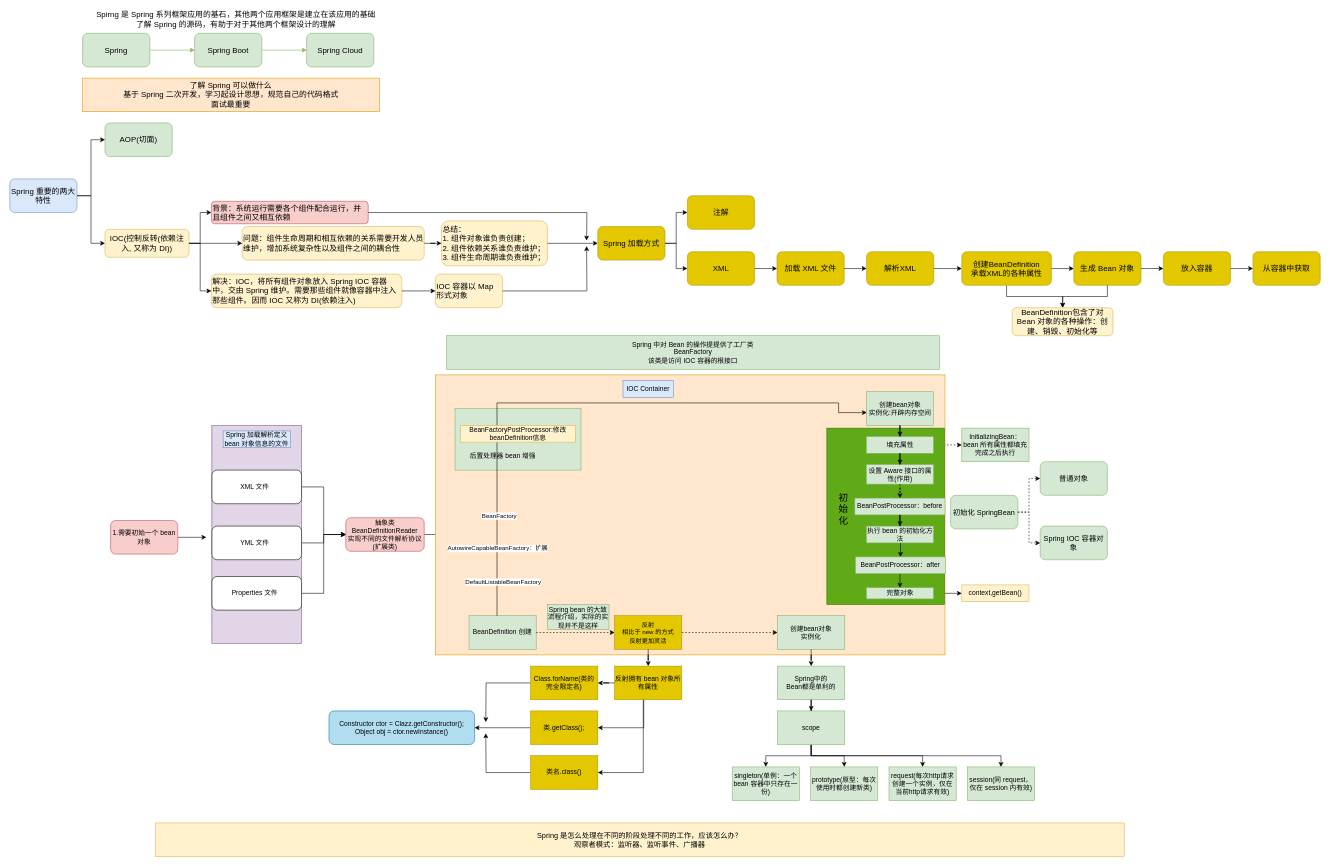
Earlier version of the draw.io diagram utilsdemo/src/main/resources/FlowDiagram/Spring-IOC.drawio (an-1024/WorkUtil). Source tidied: cells renumbered, new cells numbered last; positions are measured from the earlier drawing's top-left corner, leaving out a move shared by most shapes. Both pictures are drawn from the tidied source at 56%, with x=0, y=0 at pixel (10, 11).
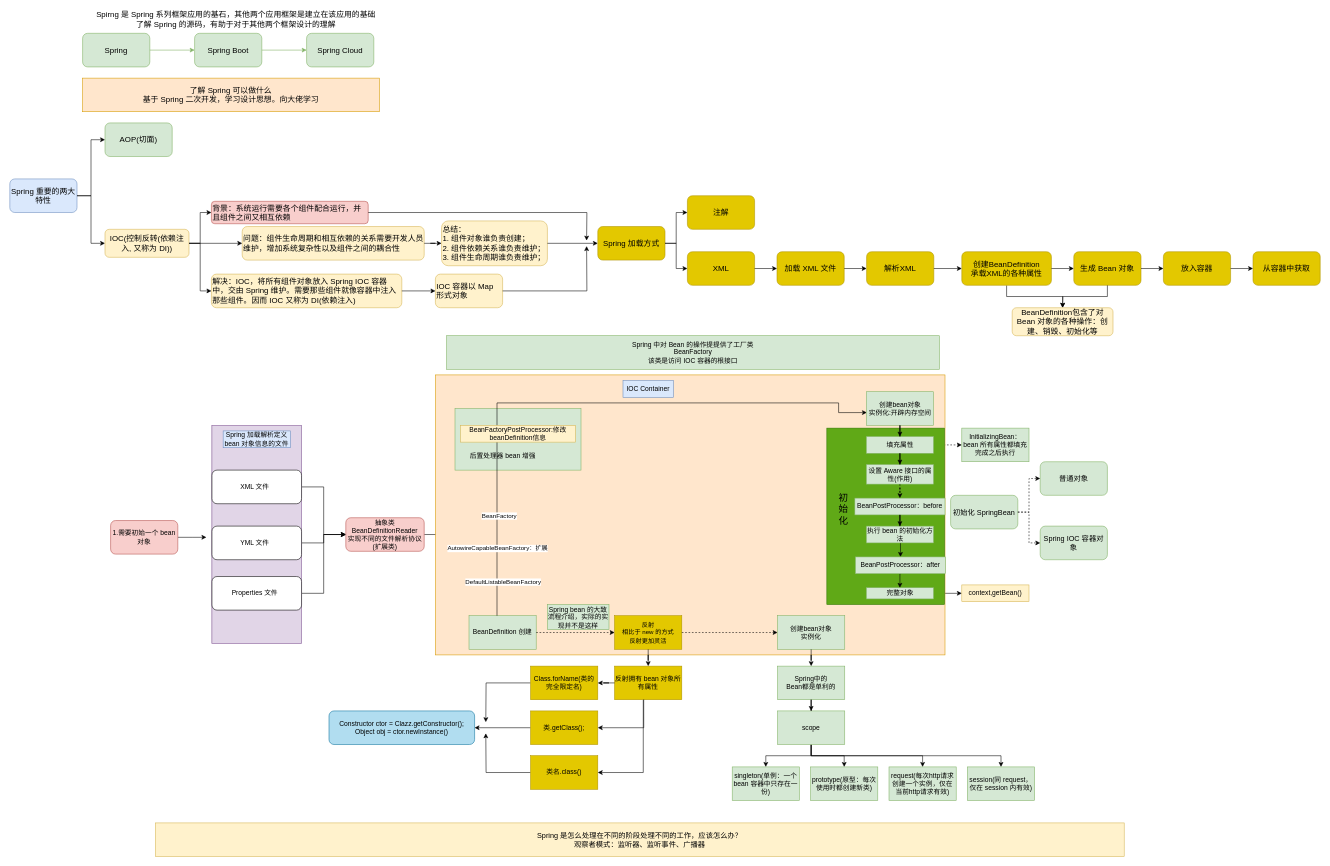
After the change.

What changed in the source:
```diff
@@
-    <mxCell id="8" value="了解 Spring 可以做什么&lt;br&gt;基于 Spring 二次开发，学习起设计思想，规范自己的代码格式&lt;br&gt;面试最重要" style="rounded=0;whiteSpace=wrap;html=1;fontSize=14;fillColor=#ffe6cc;strokeColor=#d79b00;" parent="1" vertex="1">
+    <mxCell id="8" value="了解 Spring 可以做什么&lt;br&gt;基于 Spring 二次开发，学习设计思想。向大佬学习" style="rounded=0;whiteSpace=wrap;html=1;fontSize=14;fillColor=#ffe6cc;strokeColor=#d79b00;" parent="1" vertex="1">
       <mxGeometry x="130" y="120" width="530" height="60" as="geometry" />
     </mxCell>
```
